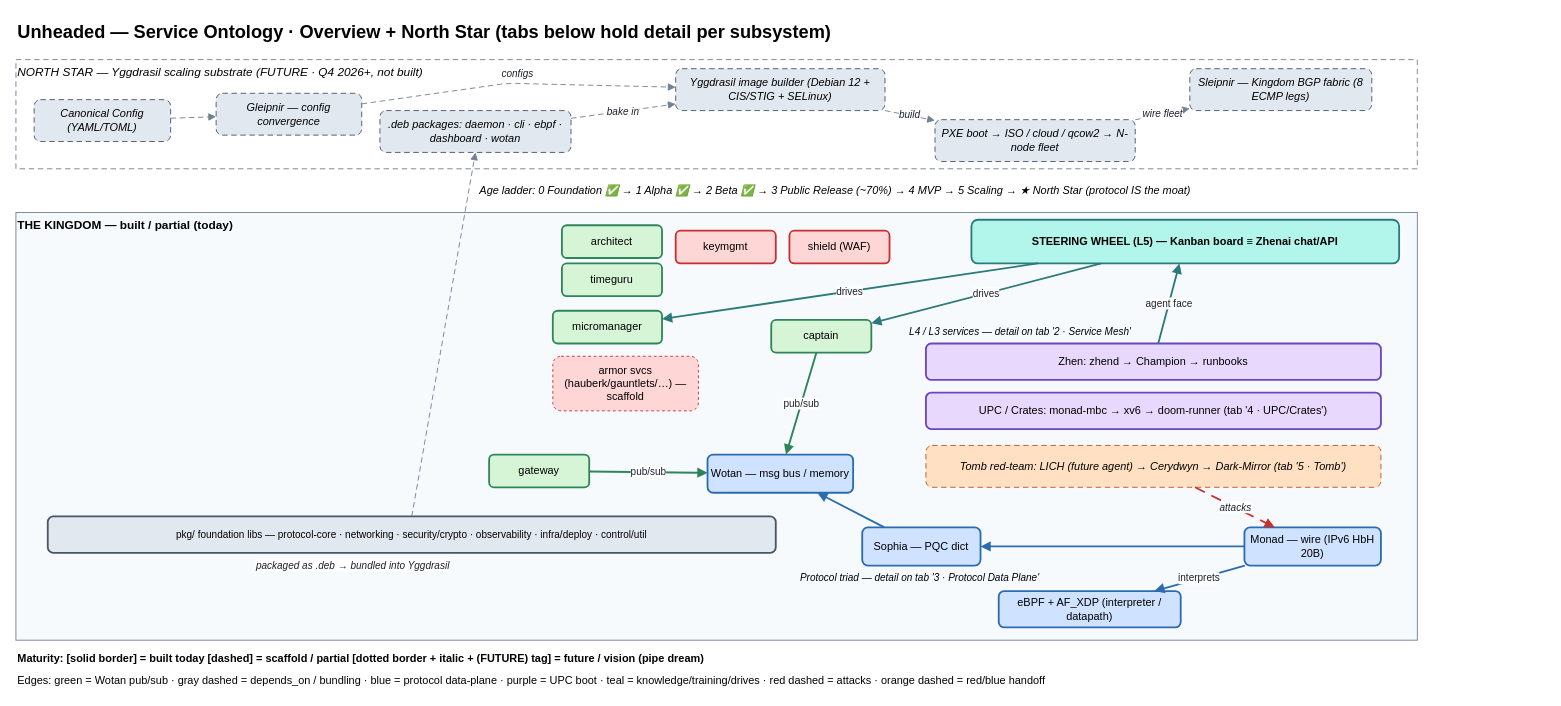
Above: page "1 · Overview + North Star" (1 of 6) of docs/architecture/service-ontology.drawio in unheaded/unheaded (draw.io), before the change. Source tidied: cells renumbered, new cells numbered last; positions are measured from the earlier drawing's top-left corner, leaving out a move shared by most shapes. Both pictures are drawn from the tidied source at 91%, with x=0, y=0 at pixel (15, 15).
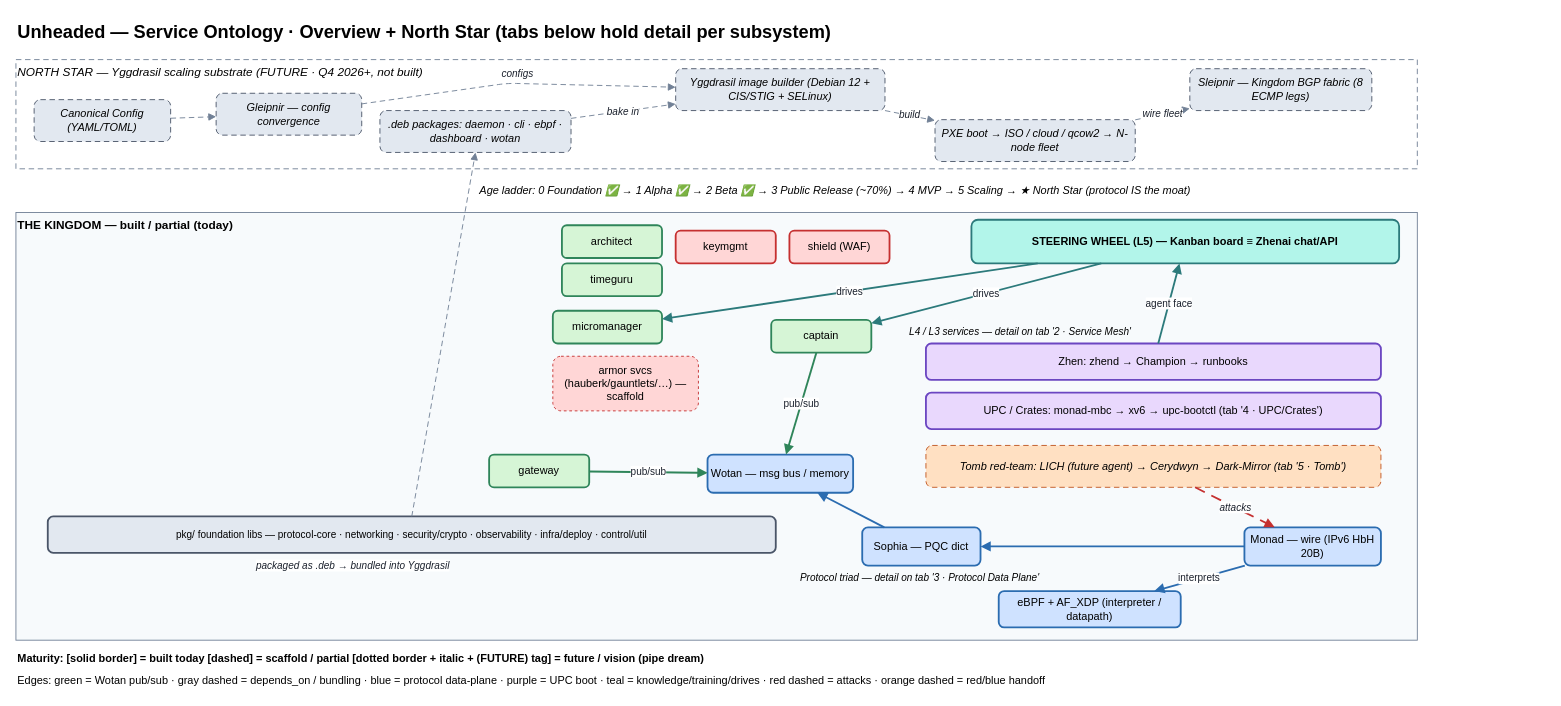
After the change.

Commit message (it also covers changes not shown here):
docs(architecture): the service map draws no Doom

Change to the diagram source:
```diff
@@
-    <mxCell id="36" value="UPC / Crates: monad-mbc → xv6 → doom-runner   (tab '4 · UPC/Crates')" style="rounded=1;whiteSpace=wrap;html=1;fillColor=#e9d8fd;strokeColor=#6b46c1;strokeWidth=2;" parent="1" vertex="1">
+    <mxCell id="36" value="UPC / Crates: monad-mbc → xv6 → upc-bootctl   (tab '4 · UPC/Crates')" style="rounded=1;whiteSpace=wrap;html=1;fillColor=#e9d8fd;strokeColor=#6b46c1;strokeWidth=2;" parent="1" vertex="1">
       <mxGeometry x="1000" y="414" width="500" height="40" as="geometry" />
     </mxCell>
```
